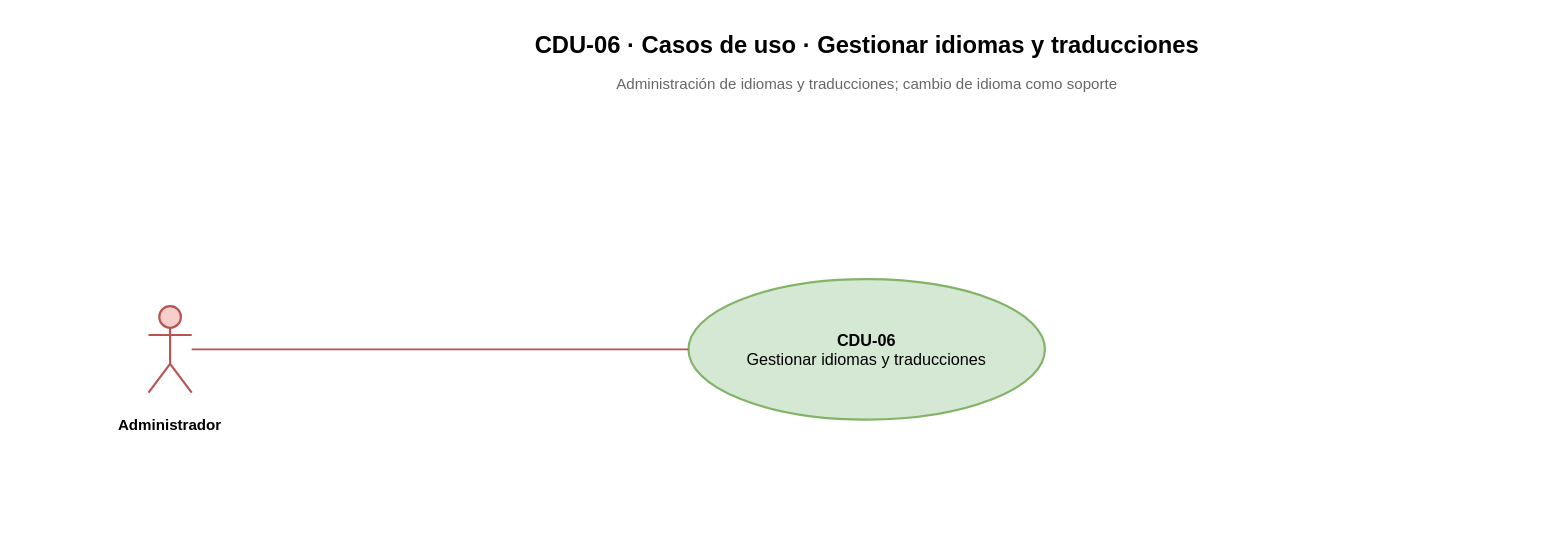
juanNH/Ingenieria-de-Software keeps this draw.io diagram as Diagramas/Casos de Uso/T05 - CDU-06 - Gestión de idiomas y traducciones - Casos de uso.drawio. Above is the earlier version. Source tidied: cells renumbered, new cells numbered last; positions are measured from the earlier drawing's top-left corner, leaving out a move shared by most shapes. Both pictures are drawn from the tidied source at 108%, with x=0, y=0 at pixel (18, 23).
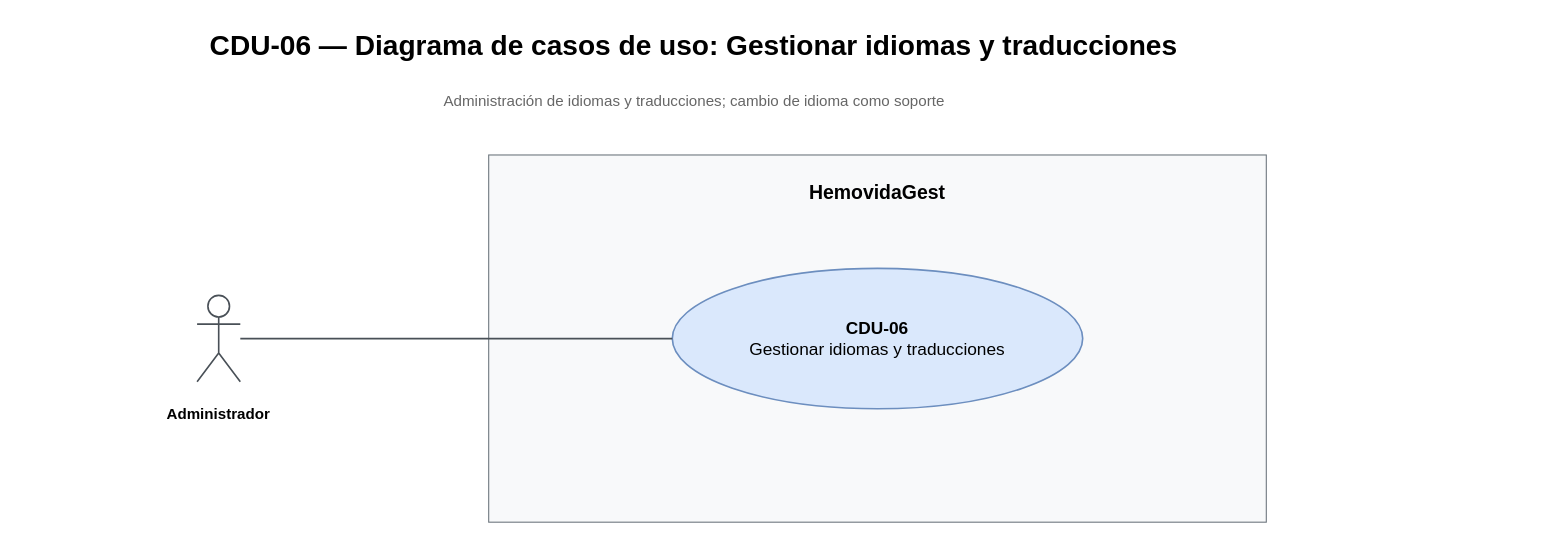
The same page after the edit.

Diff of the diagram source:
```diff
@@
 <mxGraphModel>
   <root>
     <mxCell id="0" />
     <mxCell id="1" parent="0" />
+    <mxCell id="8" value="&lt;b&gt;HemovidaGest&lt;/b&gt;" style="rounded=0;whiteSpace=wrap;html=1;fillColor=#f8f9fa;strokeColor=#6c757d;verticalAlign=top;spacingTop=18;fontSize=18;fontFamily=Arial;" parent="1" vertex="1">
+      <mxGeometry x="435" y="122" width="720" height="340" as="geometry" />
+    </mxCell>
-    <mxCell id="2" value="CDU-06 · Casos de uso · Gestionar idiomas y traducciones" style="text;html=1;strokeColor=none;fillColor=none;fontStyle=1;fontSize=22;align=center;verticalAlign=middle;fontFamily=Arial;" parent="1" vertex="1">
-      <mxGeometry x="155" width="1260" height="42" as="geometry" />
+    <mxCell id="2" value="CDU-06 — Diagrama de casos de uso: Gestionar idiomas y traducciones" style="text;html=1;whiteSpace=wrap;strokeColor=none;fillColor=none;fontFamily=Arial;fontSize=26;fontStyle=1;align=center;verticalAlign=middle;" parent="1" vertex="1">
+      <mxGeometry x="25" y="-4" width="1200" height="50" as="geometry" />
     </mxCell>
     <mxCell id="3" value="Administración de idiomas y traducciones; cambio de idioma como soporte" style="text;html=1;strokeColor=none;fillColor=none;fontSize=14;align=center;verticalAlign=middle;fontColor=#666666;fontFamily=Arial;" parent="1" vertex="1">
-      <mxGeometry x="335" y="42" width="900" height="28" as="geometry" />
+      <mxGeometry x="65" y="56" width="1120" height="32" as="geometry" />
     </mxCell>
-    <mxCell id="4" value="&lt;b&gt;CDU-06&lt;/b&gt;&lt;br&gt;Gestionar idiomas y traducciones" style="ellipse;whiteSpace=wrap;html=1;fillColor=#d5e8d4;strokeColor=#82b366;strokeWidth=2;fontSize=15;fontFamily=Arial;align=center;verticalAlign=middle;" parent="1" vertex="1">
-      <mxGeometry x="620" y="237" width="330" height="130" as="geometry" />
+    <mxCell id="4" value="&lt;b&gt;CDU-06&lt;/b&gt;&lt;br&gt;Gestionar idiomas y traducciones" style="ellipse;whiteSpace=wrap;html=1;fillColor=#dae8fc;strokeColor=#6c8ebf;strokeWidth=1.5;fontSize=16;fontFamily=Arial;align=center;verticalAlign=middle;" parent="1" vertex="1">
+      <mxGeometry x="605" y="227" width="380" height="130" as="geometry" />
     </mxCell>
-    <mxCell id="5" style="shape=umlActor;html=1;fillColor=#f8cecc;strokeColor=#b85450;strokeWidth=2;" parent="1" vertex="1">
-      <mxGeometry x="120" y="262" width="40" height="80" as="geometry" />
+    <mxCell id="5" style="shape=umlActor;html=1;fillColor=#ffffff;strokeColor=#495057;strokeWidth=1.5;" parent="1" vertex="1">
+      <mxGeometry x="165" y="252" width="40" height="80" as="geometry" />
     </mxCell>
     <mxCell id="6" value="&lt;b&gt;Administrador&lt;/b&gt;" style="text;html=1;strokeColor=none;fillColor=none;fontSize=14;fontFamily=Arial;align=center;verticalAlign=top;whiteSpace=wrap;" parent="1" vertex="1">
-      <mxGeometry y="357" width="280" height="66" as="geometry" />
+      <mxGeometry x="45" y="347" width="280" height="66" as="geometry" />
     </mxCell>
-    <mxCell id="7" style="rounded=0;html=1;endArrow=none;startArrow=none;strokeColor=#b85450;strokeWidth=1.5;exitX=1;exitY=0.5;entryX=0;entryY=0.5;" parent="1" edge="1" source="5" target="4">
+    <mxCell id="7" style="rounded=0;html=1;endArrow=none;startArrow=none;strokeColor=#495057;strokeWidth=1.5;exitX=1;exitY=0.5;entryX=0;entryY=0.5;" parent="1" edge="1" source="5" target="4">
       <mxGeometry relative="1" as="geometry" />
     </mxCell>
   </root>
 </mxGraphModel>
```
